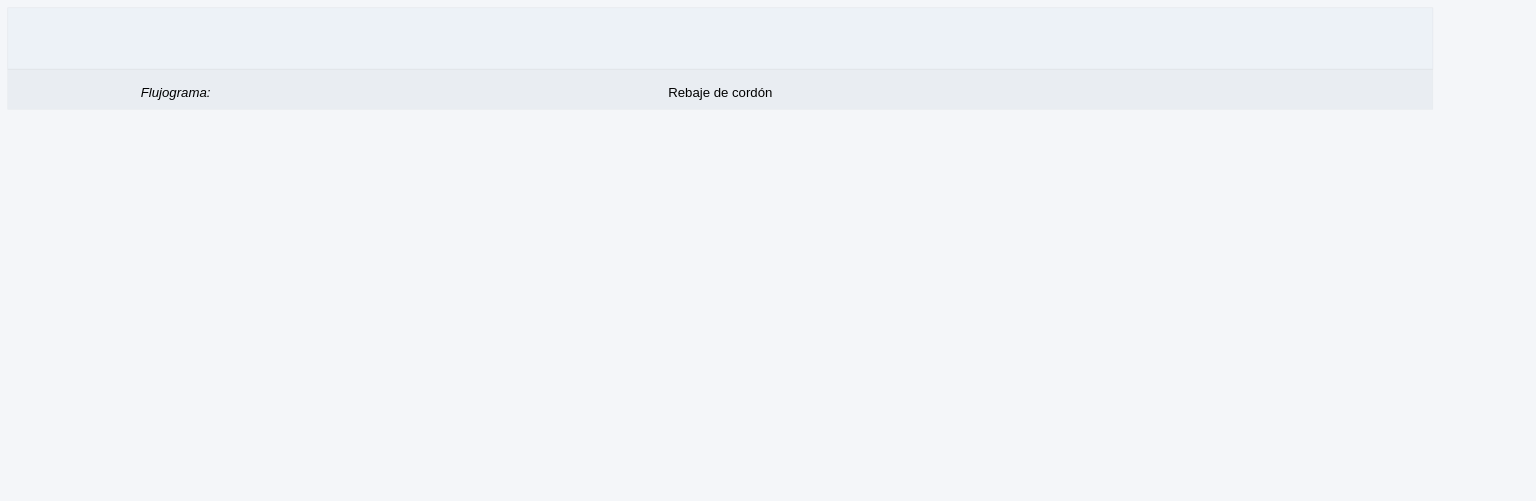
Above: page "Rebaje de cordón" (2 of 5) of Traslado_de_columnas/Traslado de columnas.drawio in adlc20/Manual_de_procedimientos_ccz9 (draw.io), before the change. Source tidied: cells renumbered, new cells numbered last; positions are measured from the earlier drawing's top-left corner, leaving out a move shared by most shapes. Both pictures are drawn from the tidied source at 44%, with x=0, y=0 at pixel (7, 7).
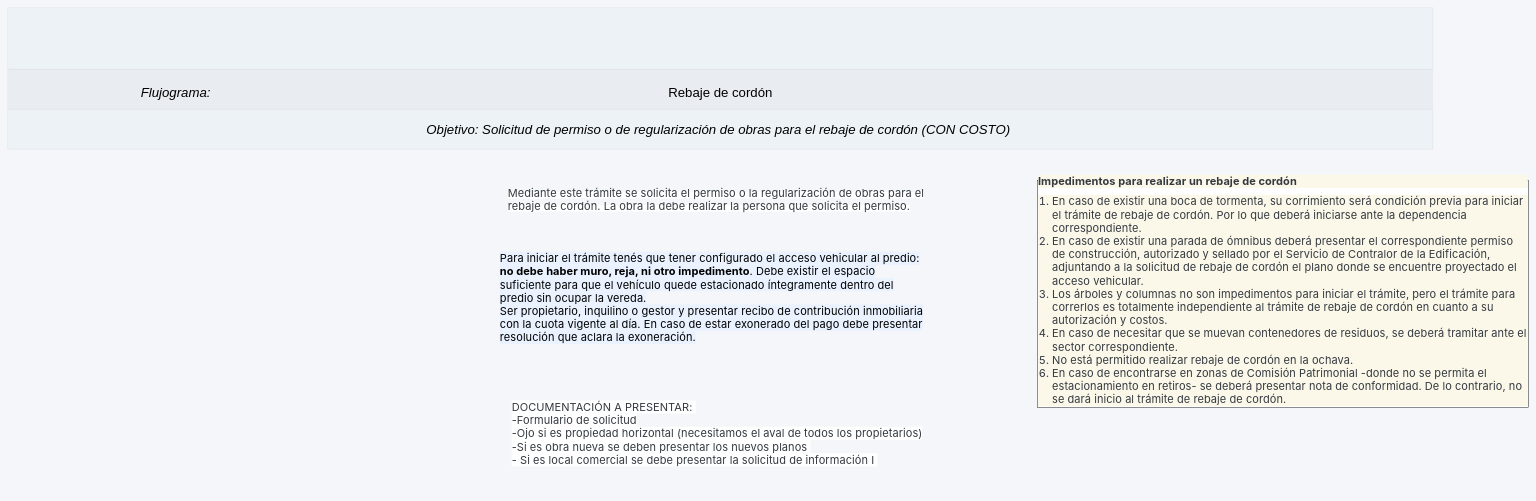
After the change.

The edit, as a diff of the source:
```diff
@@
 <mxGraphModel background="light-dark(#F4F6F9,#121212)">
   <root>
     <mxCell id="0" />
     <mxCell id="1" parent="0" />
     <mxCell id="2" style="verticalLabelPosition=bottom;verticalAlign=middle;html=1;shape=mxgraph.basic.patternFillRect;step=5;fillStrokeWidth=0.2;fillStrokeColor=#dddddd;fillColor=#EDF2F7;strokeWidth=0;dashed=1;dashPattern=1 4;rounded=1;align=center;fontFamily=Helvetica;fontSize=12;fontColor=#2D3748;" parent="1" vertex="1">
       <mxGeometry width="3239" height="140" as="geometry" />
     </mxCell>
     <mxCell id="3" style="verticalLabelPosition=bottom;verticalAlign=top;html=1;shape=mxgraph.basic.patternFillRect;fillStyle=auto;step=5;fillStrokeWidth=0.2;fillStrokeColor=#dddddd;fillColor=#E0E5EB;strokeWidth=0;strokeColor=default;opacity=50;fontColor=#ffffff;shadow=0;comic=0;align=center;fontFamily=Helvetica;fontSize=12;gradientColor=none;" parent="1" vertex="1">
       <mxGeometry y="140" width="3239" height="91" as="geometry" />
     </mxCell>
     <mxCell id="4" value="&lt;font style=&quot;font-size: 30px;&quot;&gt;&lt;i&gt;Flujograma:&lt;/i&gt;&lt;/font&gt;" style="text;html=1;whiteSpace=wrap;strokeColor=none;fillColor=none;align=center;verticalAlign=middle;rounded=0;" parent="1" vertex="1">
       <mxGeometry x="255" y="163.5" width="254" height="58" as="geometry" />
     </mxCell>
     <mxCell id="5" value="&lt;font style=&quot;font-size: 30px;&quot;&gt;Rebaje de cordón&lt;/font&gt;" style="text;html=1;whiteSpace=wrap;strokeColor=none;fillColor=none;align=center;verticalAlign=middle;rounded=0;" parent="1" vertex="1">
       <mxGeometry x="1193" y="154" width="854" height="77" as="geometry" />
     </mxCell>
+    <mxCell id="6" style="verticalLabelPosition=bottom;verticalAlign=middle;html=1;shape=mxgraph.basic.patternFillRect;step=5;fillStrokeWidth=0.2;fillStrokeColor=#dddddd;fillColor=#EDF2F7;strokeWidth=0;dashed=1;dashPattern=1 4;rounded=1;align=center;fontFamily=Helvetica;fontSize=12;fontColor=#2D3748;" parent="1" vertex="1">
+      <mxGeometry y="231" width="3239" height="91" as="geometry" />
+    </mxCell>
+    <mxCell id="7" value="&lt;font style=&quot;font-size: 30px;&quot;&gt;&lt;i&gt;Objetivo: Solicitud de permiso o de regularización de obras para el rebaje de cordón (CON COSTO)&amp;nbsp;&lt;/i&gt;&lt;/font&gt;" style="text;html=1;whiteSpace=wrap;strokeColor=none;fillColor=none;align=center;verticalAlign=middle;rounded=0;" parent="1" vertex="1">
+      <mxGeometry x="783" y="238" width="1673" height="77" as="geometry" />
+    </mxCell>
+    <mxCell id="8" value="&lt;span style=&quot;color: rgb(52, 58, 64); font-family: Ciudadana, -apple-system, BlinkMacSystemFont, &amp;quot;Segoe UI&amp;quot;, Roboto, &amp;quot;Helvetica Neue&amp;quot;, Arial, &amp;quot;Noto Sans&amp;quot;, sans-serif, &amp;quot;Apple Color Emoji&amp;quot;, &amp;quot;Segoe UI Emoji&amp;quot;, &amp;quot;Segoe UI Symbol&amp;quot;, &amp;quot;Noto Color Emoji&amp;quot;; font-style: normal; font-variant-ligatures: normal; font-variant-caps: normal; font-weight: 400; letter-spacing: 0.15008px; orphans: 2; text-align: start; text-indent: 0px; text-transform: none; widows: 2; word-spacing: 0px; -webkit-text-stroke-width: 0px; white-space: normal; background-color: rgb(255, 255, 255); text-decoration-thickness: initial; text-decoration-style: initial; text-decoration-color: initial; float: none; display: inline !important;&quot;&gt;&lt;font style=&quot;font-size: 25px;&quot;&gt;Mediante este trámite se solicita el permiso o la regularización de obras para el rebaje de cordón. La obra la debe realizar la persona que solicita el permiso.&lt;/font&gt;&lt;/span&gt;" style="text;whiteSpace=wrap;html=1;" parent="1" vertex="1">
+      <mxGeometry x="1135" y="400" width="952" height="80" as="geometry" />
+    </mxCell>
+    <mxCell id="9" value="&lt;font color=&quot;#343a40&quot; face=&quot;Ciudadana, -apple-system, BlinkMacSystemFont, Segoe UI, Roboto, Helvetica Neue, Arial, Noto Sans, sans-serif, Apple Color Emoji, Segoe UI Emoji, Segoe UI Symbol, Noto Color Emoji&quot;&gt;&lt;span style=&quot;font-size: 25px; letter-spacing: 0.15008px; background-color: rgb(255, 255, 255);&quot;&gt;DOCUMENTACIÓN A PRESENTAR:&amp;nbsp;&lt;/span&gt;&lt;/font&gt;&lt;div&gt;&lt;font color=&quot;#343a40&quot; face=&quot;Ciudadana, -apple-system, BlinkMacSystemFont, Segoe UI, Roboto, Helvetica Neue, Arial, Noto Sans, sans-serif, Apple Color Emoji, Segoe UI Emoji, Segoe UI Symbol, Noto Color Emoji&quot;&gt;&lt;span style=&quot;font-size: 25px; letter-spacing: 0.15008px; background-color: rgb(255, 255, 255);&quot;&gt;-Formulario de solicitud&lt;/span&gt;&lt;/font&gt;&lt;/div&gt;&lt;div&gt;&lt;font color=&quot;#343a40&quot; face=&quot;Ciudadana, -apple-system, BlinkMacSystemFont, Segoe UI, Roboto, Helvetica Neue, Arial, Noto Sans, sans-serif, Apple Color Emoji, Segoe UI Emoji, Segoe UI Symbol, Noto Color Emoji&quot;&gt;&lt;span style=&quot;font-size: 25px; letter-spacing: 0.15008px; background-color: rgb(255, 255, 255);&quot;&gt;-Ojo si es propiedad horizontal (necesitamos el aval de todos los propietarios)&lt;/span&gt;&lt;/font&gt;&lt;/div&gt;&lt;div&gt;&lt;font color=&quot;#343a40&quot; face=&quot;Ciudadana, -apple-system, BlinkMacSystemFont, Segoe UI, Roboto, Helvetica Neue, Arial, Noto Sans, sans-serif, Apple Color Emoji, Segoe UI Emoji, Segoe UI Symbol, Noto Color Emoji&quot;&gt;&lt;span style=&quot;font-size: 25px; letter-spacing: 0.15008px; background-color: rgb(255, 255, 255);&quot;&gt;-Si es obra nueva se deben presentar los nuevos planos&amp;nbsp;&lt;/span&gt;&lt;/font&gt;&lt;/div&gt;&lt;div&gt;&lt;font color=&quot;#343a40&quot; face=&quot;Ciudadana, -apple-system, BlinkMacSystemFont, Segoe UI, Roboto, Helvetica Neue, Arial, Noto Sans, sans-serif, Apple Color Emoji, Segoe UI Emoji, Segoe UI Symbol, Noto Color Emoji&quot;&gt;&lt;span style=&quot;font-size: 25px; letter-spacing: 0.15008px; background-color: rgb(255, 255, 255);&quot;&gt;- Si es local comercial se debe presentar la solicitud de información I&amp;nbsp;&lt;/span&gt;&lt;/font&gt;&lt;/div&gt;" style="text;whiteSpace=wrap;html=1;" parent="1" vertex="1">
+      <mxGeometry x="1143.5" y="886" width="952" height="218" as="geometry" />
+    </mxCell>
+    <mxCell id="10" value="&lt;font style=&quot;font-size: 25px;&quot;&gt;&lt;span style=&quot;color: rgb(0, 0, 0); font-family: Ciudadana, -apple-system, BlinkMacSystemFont, &amp;quot;Segoe UI&amp;quot;, Roboto, &amp;quot;Helvetica Neue&amp;quot;, Arial, &amp;quot;Noto Sans&amp;quot;, sans-serif, &amp;quot;Apple Color Emoji&amp;quot;, &amp;quot;Segoe UI Emoji&amp;quot;, &amp;quot;Segoe UI Symbol&amp;quot;, &amp;quot;Noto Color Emoji&amp;quot;; font-style: normal; font-variant-ligatures: normal; font-variant-caps: normal; font-weight: 400; letter-spacing: 0.15008px; orphans: 2; text-align: start; text-indent: 0px; text-transform: none; widows: 2; word-spacing: 0px; -webkit-text-stroke-width: 0px; white-space: normal; background-color: rgb(234, 242, 255); text-decoration-thickness: initial; text-decoration-style: initial; text-decoration-color: initial; float: none; display: inline !important;&quot;&gt;Para iniciar el trámite tenés que tener configurado el acceso vehicular al predio: &lt;/span&gt;&lt;strong style=&quot;box-sizing: border-box; font-weight: bolder; color: rgb(0, 0, 0); font-family: Ciudadana, -apple-system, BlinkMacSystemFont, &amp;quot;Segoe UI&amp;quot;, Roboto, &amp;quot;Helvetica Neue&amp;quot;, Arial, &amp;quot;Noto Sans&amp;quot;, sans-serif, &amp;quot;Apple Color Emoji&amp;quot;, &amp;quot;Segoe UI Emoji&amp;quot;, &amp;quot;Segoe UI Symbol&amp;quot;, &amp;quot;Noto Color Emoji&amp;quot;; font-style: normal; font-variant-ligatures: normal; font-variant-caps: normal; letter-spacing: 0.15008px; orphans: 2; text-align: start; text-indent: 0px; text-transform: none; widows: 2; word-spacing: 0px; -webkit-text-stroke-width: 0px; white-space: normal; background-color: rgb(234, 242, 255); text-decoration-thickness: initial; text-decoration-style: initial; text-decoration-color: initial;&quot;&gt;no debe haber muro, reja, ni otro impedimento&lt;/strong&gt;&lt;span style=&quot;color: rgb(0, 0, 0); font-family: Ciudadana, -apple-system, BlinkMacSystemFont, &amp;quot;Segoe UI&amp;quot;, Roboto, &amp;quot;Helvetica Neue&amp;quot;, Arial, &amp;quot;Noto Sans&amp;quot;, sans-serif, &amp;quot;Apple Color Emoji&amp;quot;, &amp;quot;Segoe UI Emoji&amp;quot;, &amp;quot;Segoe UI Symbol&amp;quot;, &amp;quot;Noto Color Emoji&amp;quot;; font-style: normal; font-variant-ligatures: normal; font-variant-caps: normal; font-weight: 400; letter-spacing: 0.15008px; orphans: 2; text-align: start; text-indent: 0px; text-transform: none; widows: 2; word-spacing: 0px; -webkit-text-stroke-width: 0px; white-space: normal; background-color: rgb(234, 242, 255); text-decoration-thickness: initial; text-decoration-style: initial; text-decoration-color: initial; float: none; display: inline !important;&quot;&gt;. Debe existir el espacio suficiente para que el vehículo quede estacionado íntegramente dentro del predio sin ocupar la vereda.&lt;/span&gt;&lt;br style=&quot;box-sizing: border-box; color: rgb(0, 0, 0); font-family: Ciudadana, -apple-system, BlinkMacSystemFont, &amp;quot;Segoe UI&amp;quot;, Roboto, &amp;quot;Helvetica Neue&amp;quot;, Arial, &amp;quot;Noto Sans&amp;quot;, sans-serif, &amp;quot;Apple Color Emoji&amp;quot;, &amp;quot;Segoe UI Emoji&amp;quot;, &amp;quot;Segoe UI Symbol&amp;quot;, &amp;quot;Noto Color Emoji&amp;quot;; font-style: normal; font-variant-ligatures: normal; font-variant-caps: normal; font-weight: 400; letter-spacing: 0.15008px; orphans: 2; text-align: start; text-indent: 0px; text-transform: none; widows: 2; word-spacing: 0px; -webkit-text-stroke-width: 0px; white-space: normal; background-color: rgb(234, 242, 255); text-decoration-thickness: initial; text-decoration-style: initial; text-decoration-color: initial;&quot;&gt;&lt;span style=&quot;color: rgb(0, 0, 0); font-family: Ciudadana, -apple-system, BlinkMacSystemFont, &amp;quot;Segoe UI&amp;quot;, Roboto, &amp;quot;Helvetica Neue&amp;quot;, Arial, &amp;quot;Noto Sans&amp;quot;, sans-serif, &amp;quot;Apple Color Emoji&amp;quot;, &amp;quot;Segoe UI Emoji&amp;quot;, &amp;quot;Segoe UI Symbol&amp;quot;, &amp;quot;Noto Color Emoji&amp;quot;; font-style: normal; font-variant-ligatures: normal; font-variant-caps: normal; font-weight: 400; letter-spacing: 0.15008px; orphans: 2; text-align: start; text-indent: 0px; text-transform: none; widows: 2; word-spacing: 0px; -webkit-text-stroke-width: 0px; white-space: normal; background-color: rgb(234, 242, 255); text-decoration-thickness: initial; text-decoration-style: initial; text-decoration-color: initial; float: none; display: inline !important;&quot;&gt;Ser propietario, inquilino o gestor y presentar recibo de contribución inmobiliaria con la cuota vigente al día. En caso de estar exonerado del pago debe presentar resolución que aclara la exoneración.&lt;/span&gt;&lt;/font&gt;" style="text;whiteSpace=wrap;html=1;" parent="1" vertex="1">
+      <mxGeometry x="1117" y="548" width="966" height="232" as="geometry" />
+    </mxCell>
+    <mxCell id="11" value="&lt;p style=&quot;box-sizing: border-box; margin-top: 0px; margin-bottom: 1rem; color: rgb(52, 58, 64); font-family: Ciudadana, -apple-system, BlinkMacSystemFont, &amp;quot;Segoe UI&amp;quot;, Roboto, &amp;quot;Helvetica Neue&amp;quot;, Arial, &amp;quot;Noto Sans&amp;quot;, sans-serif, &amp;quot;Apple Color Emoji&amp;quot;, &amp;quot;Segoe UI Emoji&amp;quot;, &amp;quot;Segoe UI Symbol&amp;quot;, &amp;quot;Noto Color Emoji&amp;quot;; letter-spacing: 0.15008px; text-align: start; background-color: rgb(251, 248, 234);&quot;&gt;&lt;span style=&quot;box-sizing: border-box; font-weight: bolder;&quot;&gt;Impedimentos para realizar un rebaje de cordón&lt;/span&gt;&lt;/p&gt;&lt;ol style=&quot;box-sizing: border-box; padding-left: 2rem; margin-top: 0px; margin-bottom: 1rem; color: rgb(52, 58, 64); font-family: Ciudadana, -apple-system, BlinkMacSystemFont, &amp;quot;Segoe UI&amp;quot;, Roboto, &amp;quot;Helvetica Neue&amp;quot;, Arial, &amp;quot;Noto Sans&amp;quot;, sans-serif, &amp;quot;Apple Color Emoji&amp;quot;, &amp;quot;Segoe UI Emoji&amp;quot;, &amp;quot;Segoe UI Symbol&amp;quot;, &amp;quot;Noto Color Emoji&amp;quot;; letter-spacing: 0.15008px; text-align: start; background-color: rgb(251, 248, 234);&quot;&gt;&lt;li style=&quot;box-sizing: border-box;&quot;&gt;En caso de existir una boca de tormenta, su corrimiento será condición previa para iniciar el trámite de rebaje de cordón. Por lo que deberá iniciarse ante la dependencia correspondiente.&lt;/li&gt;&lt;li style=&quot;box-sizing: border-box;&quot;&gt;En caso de existir una parada de ómnibus deberá presentar el correspondiente permiso de construcción, autorizado y sellado por el Servicio de Contralor de la Edificación, adjuntando a la solicitud de rebaje de cordón el plano donde se encuentre proyectado el acceso vehicular.&lt;/li&gt;&lt;li style=&quot;box-sizing: border-box;&quot;&gt;Los árboles y columnas no son impedimentos para iniciar el trámite, pero el trámite para correrlos es totalmente independiente al trámite de rebaje de cordón en cuanto a su autorización y costos.&lt;/li&gt;&lt;li style=&quot;box-sizing: border-box;&quot;&gt;En caso de necesitar que se muevan contenedores de residuos, se deberá tramitar ante el sector correspondiente.&lt;/li&gt;&lt;li style=&quot;box-sizing: border-box;&quot;&gt;No está permitido realizar rebaje de cordón en la ochava.&lt;/li&gt;&lt;li style=&quot;box-sizing: border-box;&quot;&gt;En caso de encontrarse en zonas de Comisión Patrimonial -donde no se permita el estacionamiento en retiros- se deberá presentar nota de conformidad. De lo contrario, no se dará inicio al trámite de rebaje de cordón.&lt;/li&gt;&lt;/ol&gt;" style="rounded=0;whiteSpace=wrap;html=1;fontSize=25;" parent="1" vertex="1">
+      <mxGeometry x="2341" y="392" width="1115" height="516" as="geometry" />
+    </mxCell>
   </root>
 </mxGraphModel>
```
